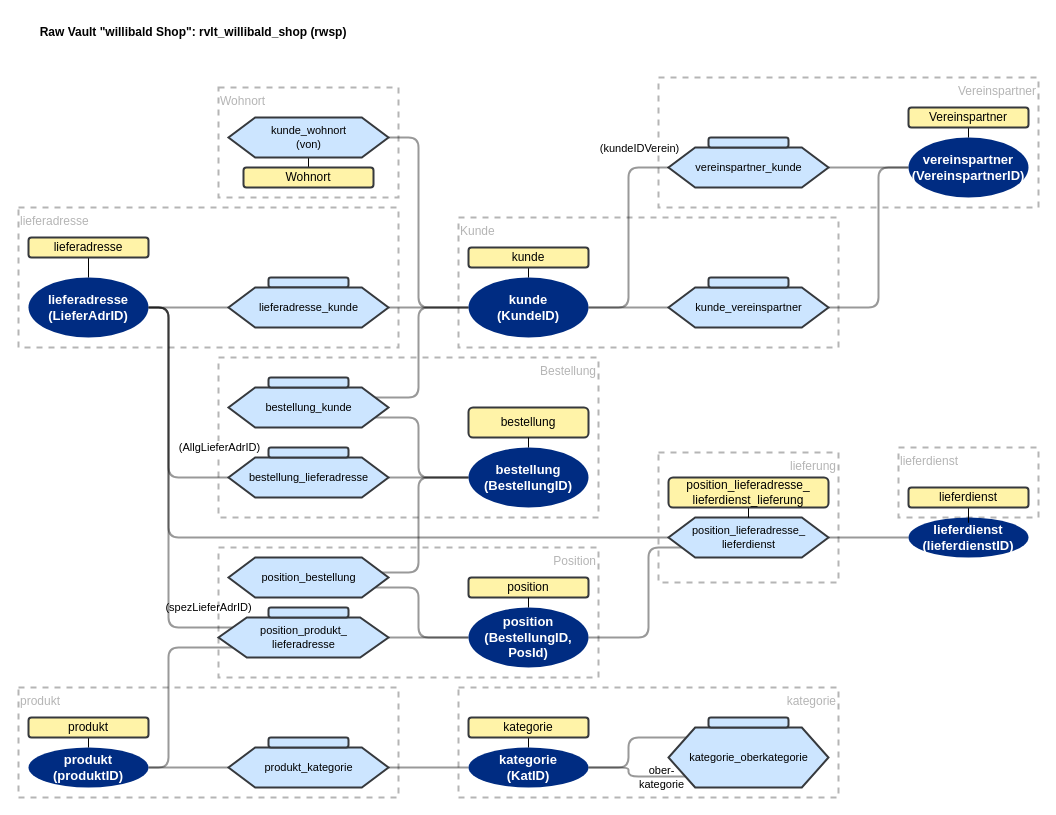
Above: documentation/images/ddvug_willibald_model.drawio in cimt-ag/data_vault_pipelinedescription (draw.io), before the change. Source tidied: cells renumbered, new cells numbered last; positions are measured from the earlier drawing's top-left corner, leaving out a move shared by most shapes. Both pictures are drawn from the tidied source at 100%, with x=0, y=0 at pixel (18, 17).
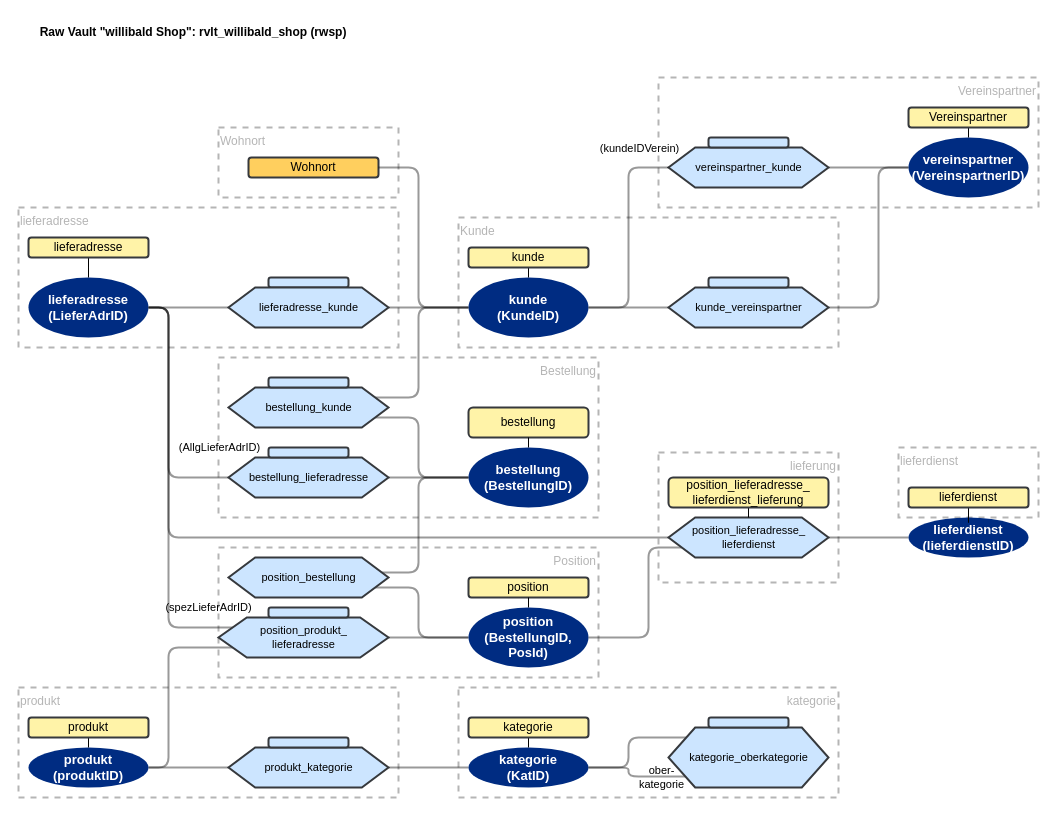
After the change.

Unchanged cells that the change refers to:
```xml
<mxCell id="39" value="kunde&lt;br style=&quot;font-size: 13px;&quot;&gt;(KundeID)" style="strokeWidth=2;html=1;shape=mxgraph.flowchart.start_1;whiteSpace=wrap;strokeColor=none;fontColor=#ffffff;fillColor=#002C82;fontFamily=Helvetica;fontSize=13;fontStyle=1;" parent="14" vertex="1">
  <mxGeometry x="450" y="260" width="120" height="60" as="geometry" />
</mxCell>
```

Diff of the diagram source:
```diff
@@
     <mxCell id="12" value="Wohnort" style="rounded=0;whiteSpace=wrap;html=1;strokeWidth=2;dashed=1;strokeColor=#B5B5B5;fillColor=none;verticalAlign=top;align=left;fontColor=#B5B5B5;" parent="1" vertex="1">
-      <mxGeometry x="200" y="70" width="180" height="110" as="geometry" />
+      <mxGeometry x="200" y="110" width="180" height="70" as="geometry" />
     </mxCell>
@@
-    <mxCell id="71" style="edgeStyle=orthogonalEdgeStyle;shape=connector;rounded=1;jumpStyle=none;jettySize=auto;html=1;labelBackgroundColor=default;strokeColor=default;fontFamily=Helvetica;fontSize=11;fontColor=default;endArrow=none;endFill=0;" parent="14" edge="1" source="72" target="78">
-      <mxGeometry relative="1" as="geometry" />
-    </mxCell>
-    <mxCell id="72" value="Wohnort" style="rounded=1;whiteSpace=wrap;html=1;strokeColor=#36393d;fillColor=#FFF3A8;strokeWidth=2;" parent="14" vertex="1">
-      <mxGeometry x="225" y="150" width="130" height="20" as="geometry" />
+    <mxCell id="72" value="Wohnort" style="rounded=1;whiteSpace=wrap;html=1;strokeColor=#36393d;fillColor=#FFCF5E;strokeWidth=2;" parent="14" vertex="1">
+      <mxGeometry x="230" y="140" width="130" height="20" as="geometry" />
     </mxCell>
@@
-    <mxCell id="77" style="edgeStyle=orthogonalEdgeStyle;shape=connector;rounded=1;jumpStyle=none;jettySize=auto;html=1;entryX=0;entryY=0.5;entryDx=0;entryDy=0;entryPerimeter=0;labelBackgroundColor=default;strokeColor=default;strokeWidth=2;fontFamily=Helvetica;fontSize=11;fontColor=default;endArrow=none;endFill=0;opacity=40;" parent="14" edge="1" source="78" target="39">
+    <mxCell id="77" style="edgeStyle=orthogonalEdgeStyle;shape=connector;rounded=1;jumpStyle=none;jettySize=auto;html=1;entryX=0;entryY=0.5;entryDx=0;entryDy=0;entryPerimeter=0;labelBackgroundColor=default;strokeColor=default;strokeWidth=2;fontFamily=Helvetica;fontSize=11;fontColor=default;endArrow=none;endFill=0;opacity=40;" parent="14" edge="1" source="72" target="39">
       <mxGeometry relative="1" as="geometry">
         <Array as="points">
-          <mxPoint x="400" y="120" />
+          <mxPoint x="400" y="150" />
           <mxPoint x="400" y="290" />
         </Array>
       </mxGeometry>
     </mxCell>
-    <mxCell id="78" value="kunde_wohnort&lt;br&gt;(von)" style="verticalLabelPosition=middle;verticalAlign=middle;html=1;shape=hexagon;perimeter=hexagonPerimeter2;arcSize=6;size=0.16666666666666666;fillColor=#cce5ff;strokeColor=#36393d;strokeWidth=2;fontFamily=Helvetica;fontSize=11;fontColor=default;labelPosition=center;align=center;" parent="14" vertex="1">
-      <mxGeometry x="210" y="100" width="160" height="40" as="geometry" />
-    </mxCell>
```
